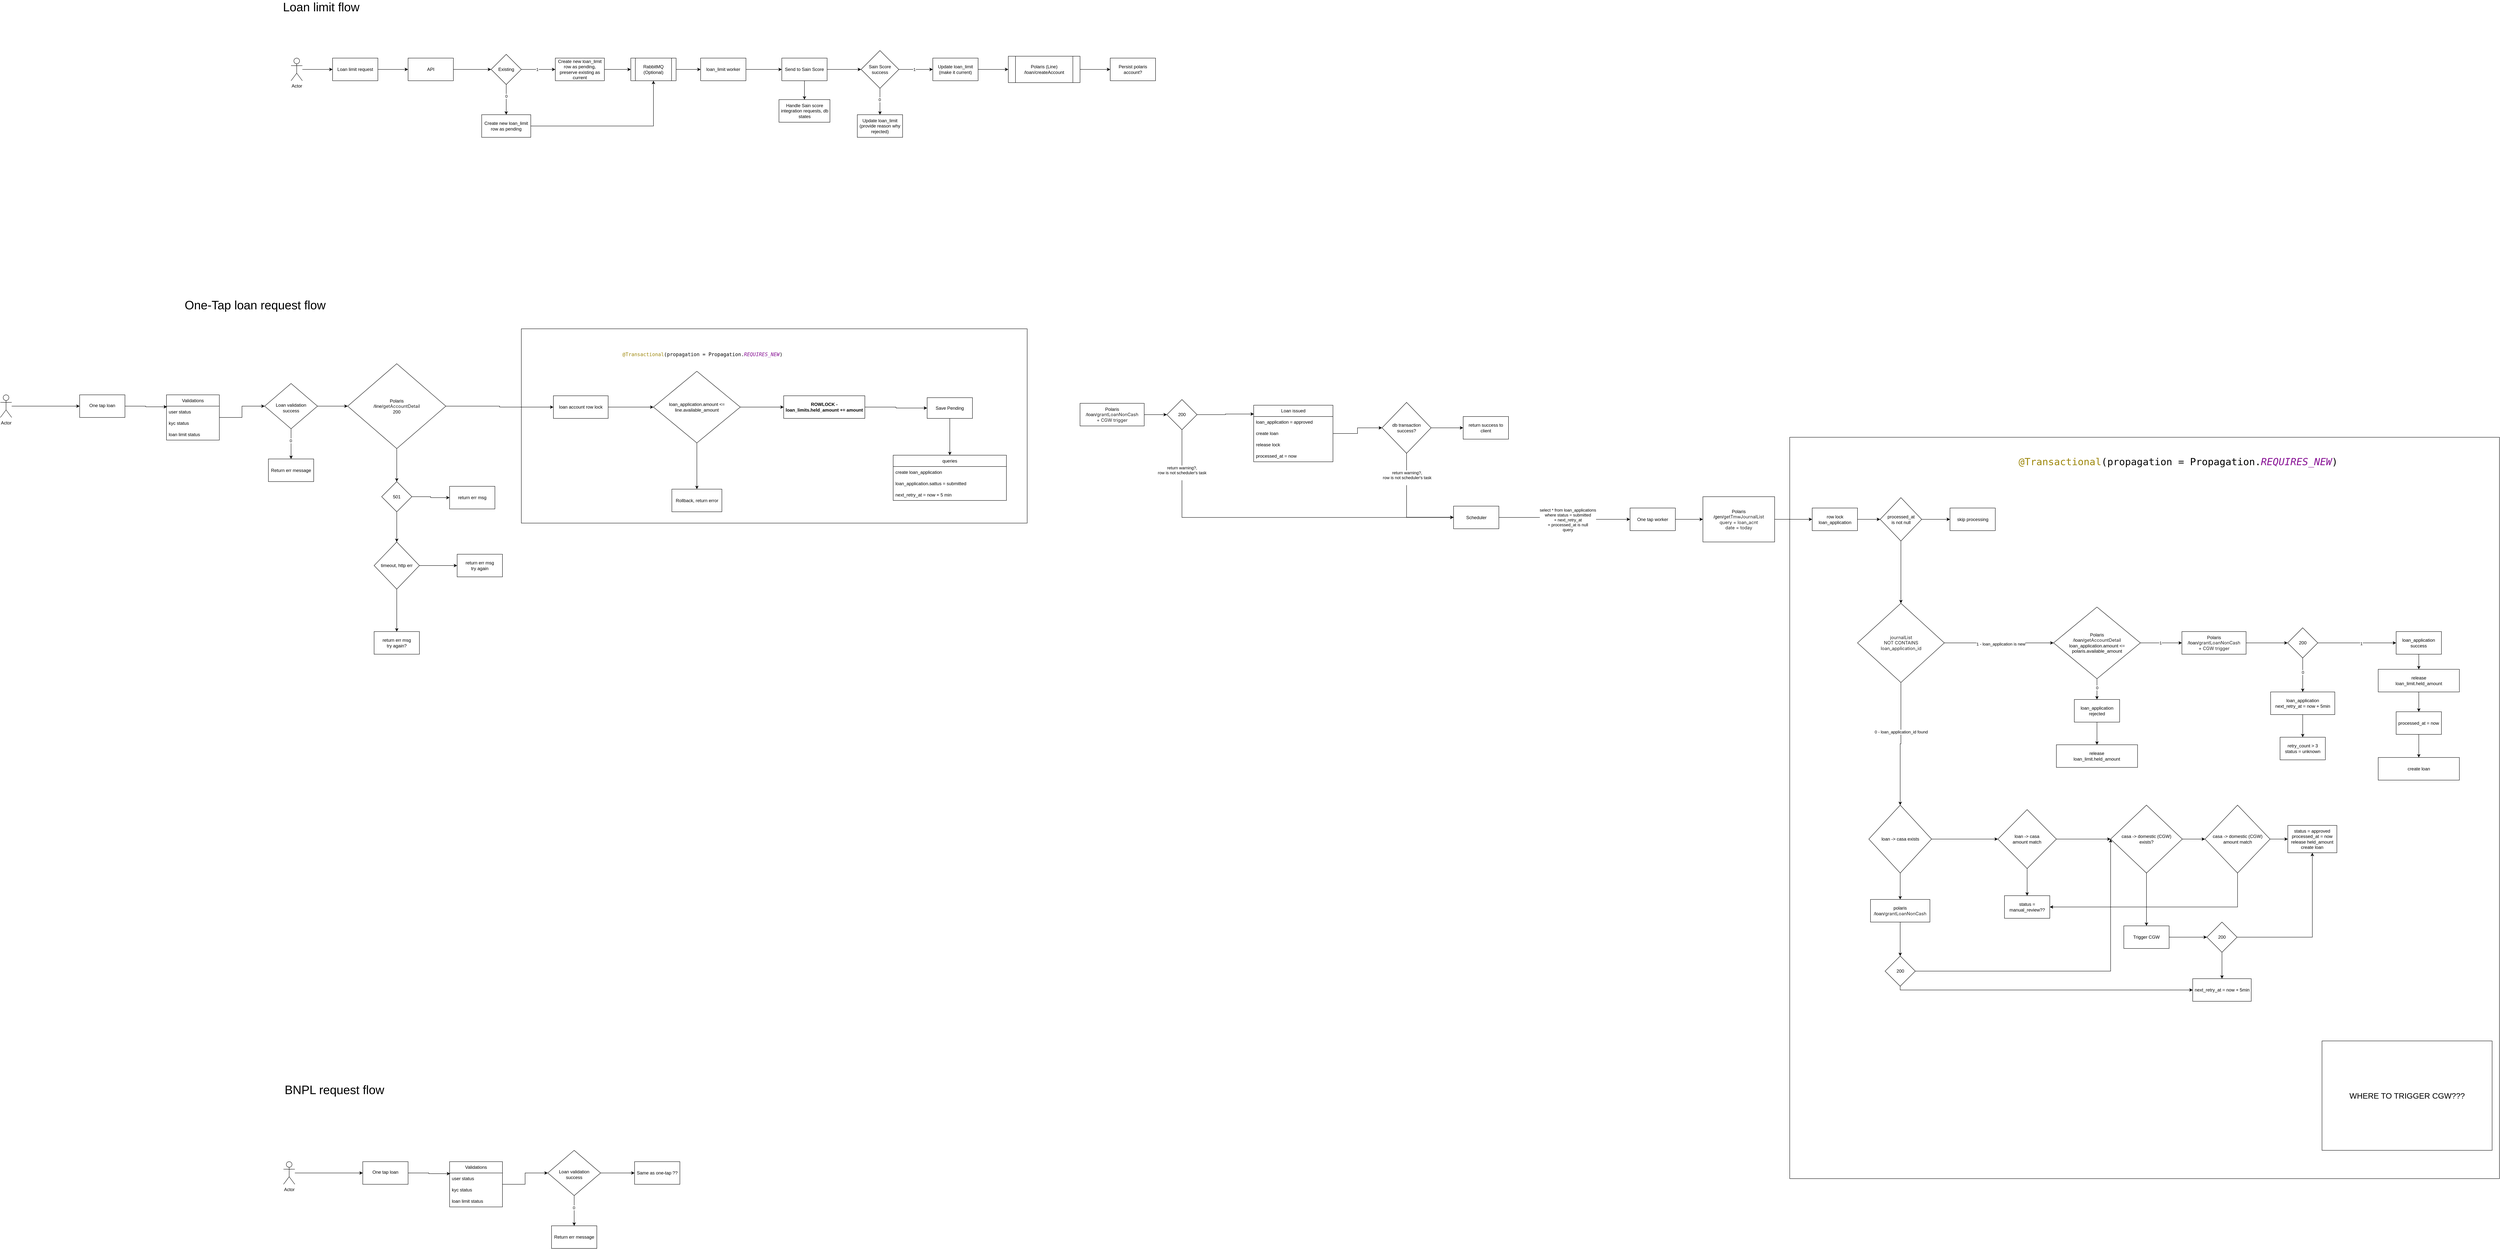
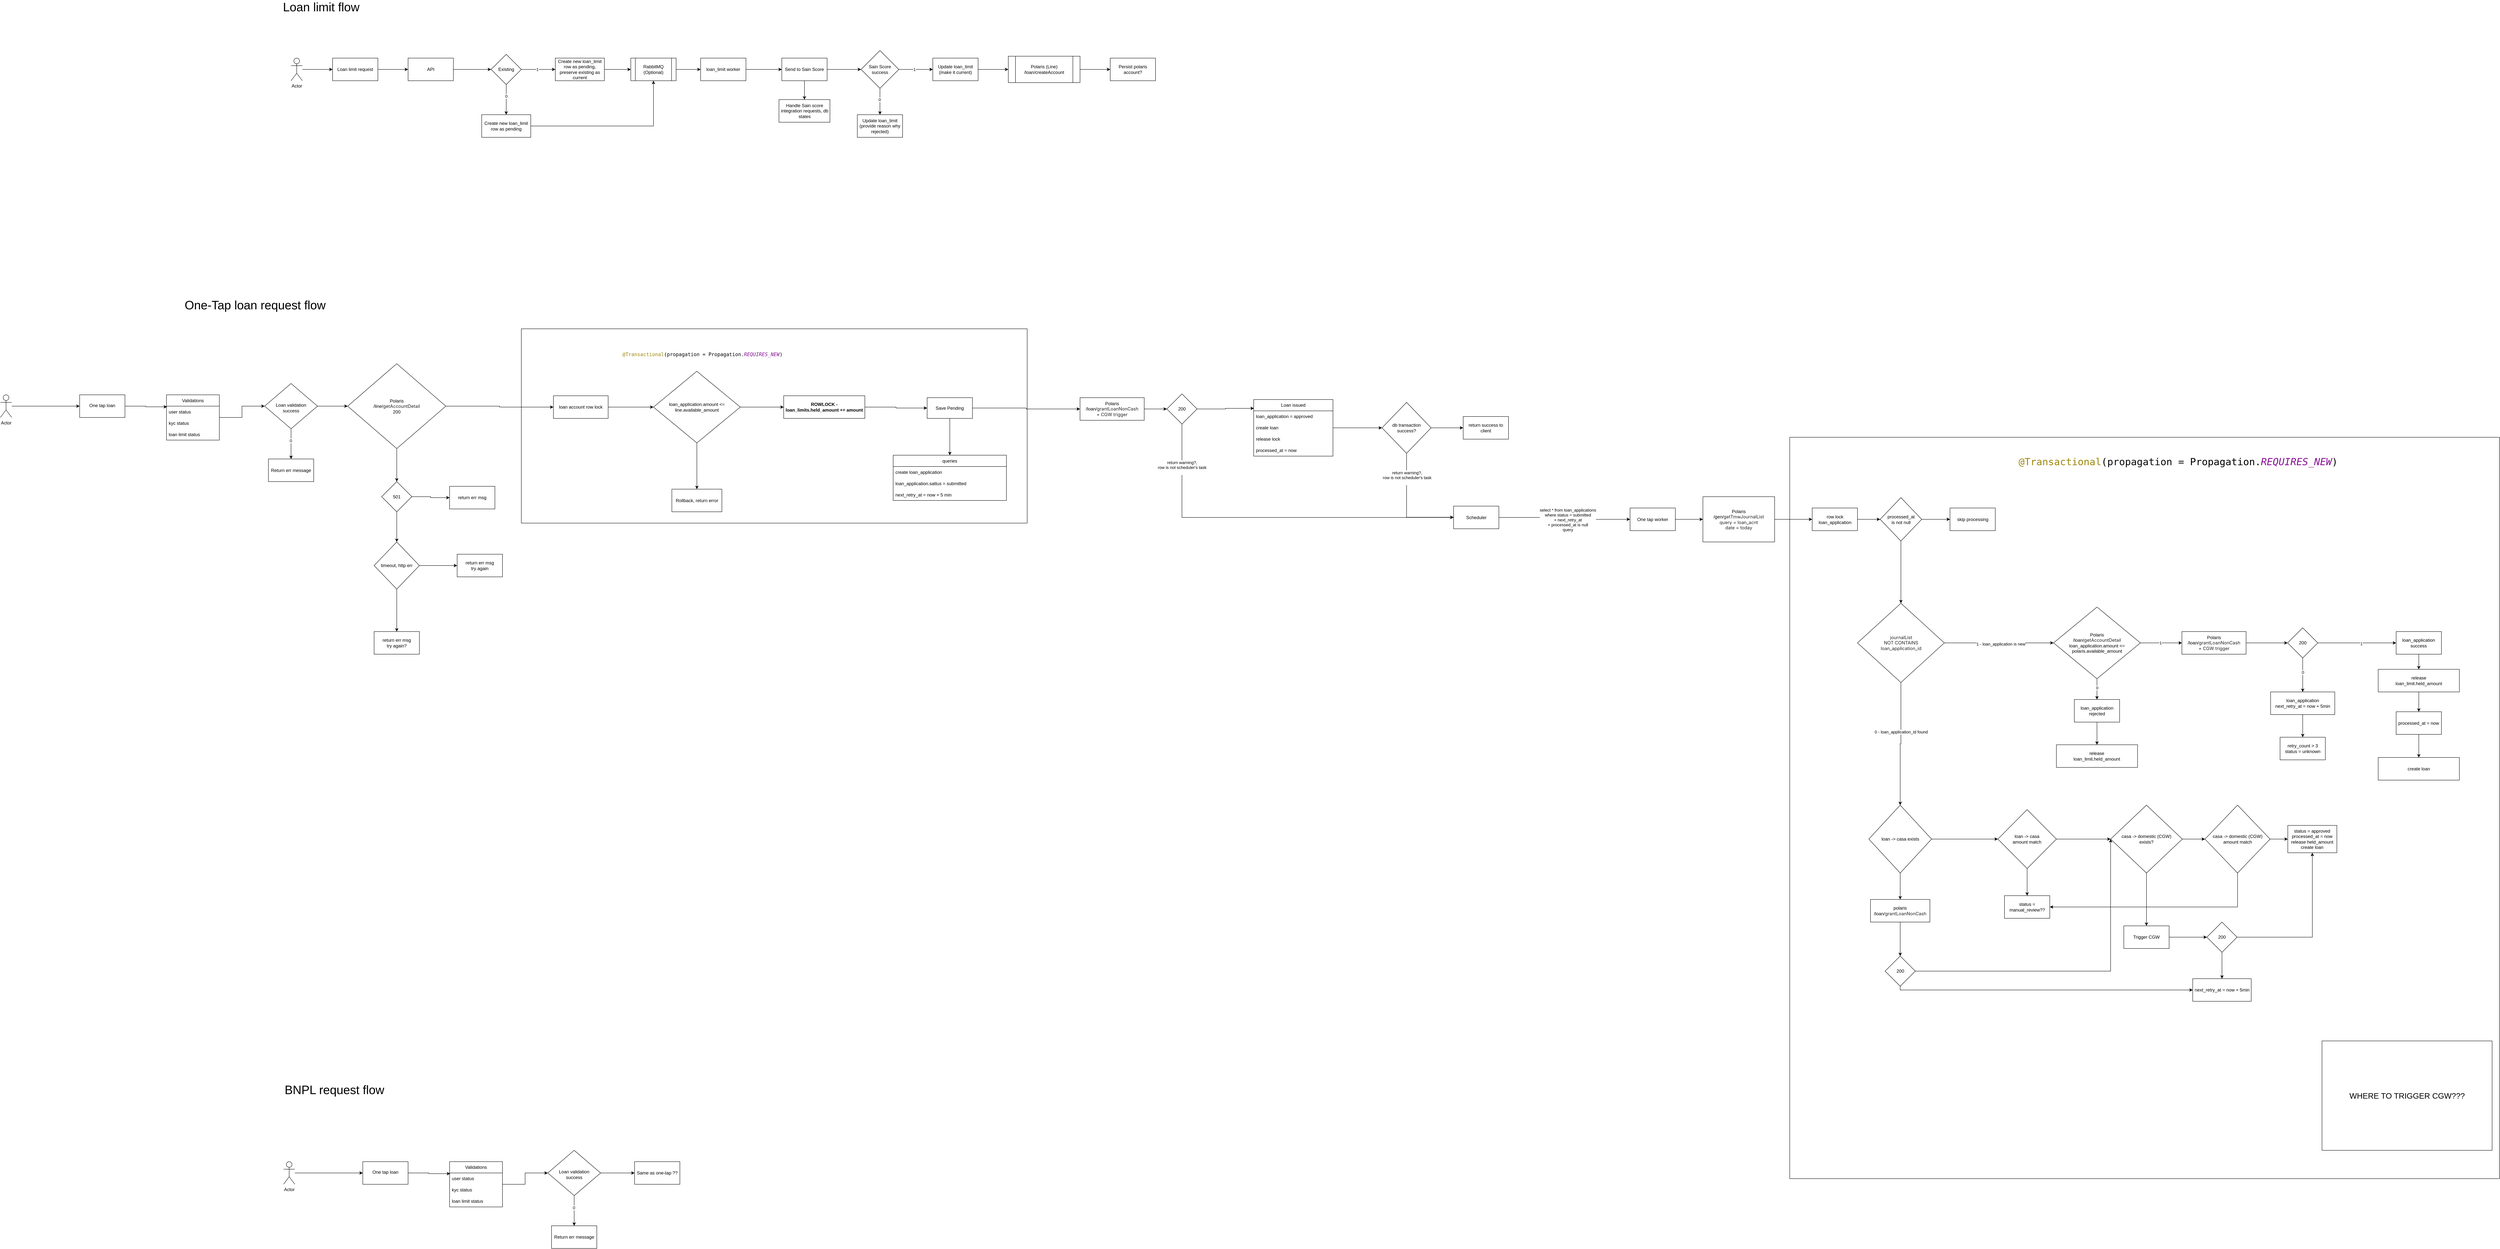
<mxfile host="app.diagrams.net">
  <diagram name="Page-1" id="VCBSuIh8bz7kurrQ0Zaz">
-     <mxGraphModel dx="2910" dy="1205" grid="1" gridSize="10" guides="1" tooltips="1" connect="1" arrows="1" fold="1" page="1" pageScale="1" pageWidth="850" pageHeight="1100" math="0" shadow="0">
+     <mxGraphModel dx="2338" dy="870" grid="1" gridSize="10" guides="1" tooltips="1" connect="1" arrows="1" fold="1" page="1" pageScale="1" pageWidth="850" pageHeight="1100" math="0" shadow="0">
      <root>
        <mxCell id="0" />
        <mxCell id="1" parent="0" />
        <mxCell id="In8fDh9ZLN2M87an2Miy-188" parent="1" style="rounded=0;whiteSpace=wrap;html=1;movable=0;resizable=0;rotatable=0;deletable=0;editable=0;locked=1;connectable=0;" value="" vertex="1">
          <mxGeometry height="1965" width="1880" x="4010" y="1215" as="geometry" />
        </mxCell>
        <mxCell id="In8fDh9ZLN2M87an2Miy-172" parent="1" style="rounded=0;whiteSpace=wrap;html=1;movable=1;resizable=1;rotatable=1;deletable=1;editable=1;locked=0;connectable=1;" value="" vertex="1">
          <mxGeometry height="515" width="1340" x="650" y="927.5" as="geometry" />
        </mxCell>
        <mxCell id="KqixbsF9o6dLofBvsG9t-5" edge="1" parent="1" source="KqixbsF9o6dLofBvsG9t-1" style="edgeStyle=orthogonalEdgeStyle;rounded=0;orthogonalLoop=1;jettySize=auto;html=1;" target="KqixbsF9o6dLofBvsG9t-4" value="">
          <mxGeometry relative="1" as="geometry" />
        </mxCell>
        <mxCell id="KqixbsF9o6dLofBvsG9t-1" parent="1" style="rounded=0;whiteSpace=wrap;html=1;" value="Loan limit request" vertex="1">
          <mxGeometry height="60" width="120" x="150" y="210" as="geometry" />
        </mxCell>
        <mxCell id="KqixbsF9o6dLofBvsG9t-3" edge="1" parent="1" source="KqixbsF9o6dLofBvsG9t-2" style="edgeStyle=orthogonalEdgeStyle;rounded=0;orthogonalLoop=1;jettySize=auto;html=1;" target="KqixbsF9o6dLofBvsG9t-1" value="">
          <mxGeometry relative="1" as="geometry" />
        </mxCell>
        <mxCell id="KqixbsF9o6dLofBvsG9t-2" parent="1" style="shape=umlActor;verticalLabelPosition=bottom;verticalAlign=top;html=1;outlineConnect=0;" value="Actor" vertex="1">
          <mxGeometry height="60" width="30" x="40" y="210" as="geometry" />
        </mxCell>
        <mxCell id="KqixbsF9o6dLofBvsG9t-9" edge="1" parent="1" source="KqixbsF9o6dLofBvsG9t-4" style="edgeStyle=orthogonalEdgeStyle;rounded=0;orthogonalLoop=1;jettySize=auto;html=1;" target="KqixbsF9o6dLofBvsG9t-8" value="">
          <mxGeometry relative="1" as="geometry" />
        </mxCell>
        <mxCell id="KqixbsF9o6dLofBvsG9t-4" parent="1" style="rounded=0;whiteSpace=wrap;html=1;" value="API" vertex="1">
          <mxGeometry height="60" width="120" x="350" y="210" as="geometry" />
        </mxCell>
        <mxCell id="KqixbsF9o6dLofBvsG9t-11" edge="1" parent="1" source="KqixbsF9o6dLofBvsG9t-8" style="edgeStyle=orthogonalEdgeStyle;rounded=0;orthogonalLoop=1;jettySize=auto;html=1;" target="KqixbsF9o6dLofBvsG9t-10" value="">
          <mxGeometry relative="1" as="geometry" />
        </mxCell>
        <mxCell id="KqixbsF9o6dLofBvsG9t-12" connectable="0" parent="KqixbsF9o6dLofBvsG9t-11" style="edgeLabel;html=1;align=center;verticalAlign=middle;resizable=0;points=[];" value="1" vertex="1">
          <mxGeometry relative="1" x="-0.079" as="geometry">
            <mxPoint as="offset" />
          </mxGeometry>
        </mxCell>
        <mxCell id="KqixbsF9o6dLofBvsG9t-14" edge="1" parent="1" source="KqixbsF9o6dLofBvsG9t-8" style="edgeStyle=orthogonalEdgeStyle;rounded=0;orthogonalLoop=1;jettySize=auto;html=1;" target="KqixbsF9o6dLofBvsG9t-13" value="">
          <mxGeometry relative="1" as="geometry" />
        </mxCell>
        <mxCell id="KqixbsF9o6dLofBvsG9t-15" connectable="0" parent="KqixbsF9o6dLofBvsG9t-14" style="edgeLabel;html=1;align=center;verticalAlign=middle;resizable=0;points=[];" value="0" vertex="1">
          <mxGeometry relative="1" x="-0.2407" as="geometry">
            <mxPoint as="offset" />
          </mxGeometry>
        </mxCell>
        <mxCell id="KqixbsF9o6dLofBvsG9t-8" parent="1" style="rhombus;whiteSpace=wrap;html=1;rounded=0;" value="Existing" vertex="1">
          <mxGeometry height="80" width="80" x="570" y="200" as="geometry" />
        </mxCell>
        <mxCell id="KqixbsF9o6dLofBvsG9t-23" edge="1" parent="1" source="KqixbsF9o6dLofBvsG9t-10" style="edgeStyle=orthogonalEdgeStyle;rounded=0;orthogonalLoop=1;jettySize=auto;html=1;" target="KqixbsF9o6dLofBvsG9t-22" value="">
          <mxGeometry relative="1" as="geometry" />
        </mxCell>
        <mxCell id="KqixbsF9o6dLofBvsG9t-10" parent="1" style="whiteSpace=wrap;html=1;rounded=0;" value="Create new loan_limit row as pending, preserve existing as current" vertex="1">
          <mxGeometry height="60" width="130" x="740" y="210" as="geometry" />
        </mxCell>
        <mxCell id="KqixbsF9o6dLofBvsG9t-26" edge="1" parent="1" source="KqixbsF9o6dLofBvsG9t-13" style="edgeStyle=orthogonalEdgeStyle;rounded=0;orthogonalLoop=1;jettySize=auto;html=1;entryX=0.5;entryY=1;entryDx=0;entryDy=0;" target="KqixbsF9o6dLofBvsG9t-22">
          <mxGeometry relative="1" as="geometry" />
        </mxCell>
        <mxCell id="KqixbsF9o6dLofBvsG9t-13" parent="1" style="whiteSpace=wrap;html=1;rounded=0;" value="Create new loan_limit row as pending" vertex="1">
          <mxGeometry height="60" width="130" x="545" y="360" as="geometry" />
        </mxCell>
        <mxCell id="KqixbsF9o6dLofBvsG9t-25" edge="1" parent="1" source="KqixbsF9o6dLofBvsG9t-22" style="edgeStyle=orthogonalEdgeStyle;rounded=0;orthogonalLoop=1;jettySize=auto;html=1;" target="KqixbsF9o6dLofBvsG9t-24" value="">
          <mxGeometry relative="1" as="geometry" />
        </mxCell>
        <mxCell id="KqixbsF9o6dLofBvsG9t-22" parent="1" style="shape=process;whiteSpace=wrap;html=1;backgroundOutline=1;rounded=0;" value="RabbitMQ (Optional)" vertex="1">
          <mxGeometry height="60" width="120" x="940" y="210" as="geometry" />
        </mxCell>
        <mxCell id="KqixbsF9o6dLofBvsG9t-28" edge="1" parent="1" source="KqixbsF9o6dLofBvsG9t-24" style="edgeStyle=orthogonalEdgeStyle;rounded=0;orthogonalLoop=1;jettySize=auto;html=1;" target="KqixbsF9o6dLofBvsG9t-27" value="">
          <mxGeometry relative="1" as="geometry" />
        </mxCell>
        <mxCell id="KqixbsF9o6dLofBvsG9t-24" parent="1" style="whiteSpace=wrap;html=1;rounded=0;" value="loan_limit worker" vertex="1">
          <mxGeometry height="60" width="120" x="1125" y="210" as="geometry" />
        </mxCell>
        <mxCell id="KqixbsF9o6dLofBvsG9t-30" edge="1" parent="1" source="KqixbsF9o6dLofBvsG9t-27" style="edgeStyle=orthogonalEdgeStyle;rounded=0;orthogonalLoop=1;jettySize=auto;html=1;" target="KqixbsF9o6dLofBvsG9t-29" value="">
          <mxGeometry relative="1" as="geometry" />
        </mxCell>
        <mxCell id="KqixbsF9o6dLofBvsG9t-38" edge="1" parent="1" source="KqixbsF9o6dLofBvsG9t-27" style="edgeStyle=orthogonalEdgeStyle;rounded=0;orthogonalLoop=1;jettySize=auto;html=1;" target="KqixbsF9o6dLofBvsG9t-37" value="">
          <mxGeometry relative="1" as="geometry" />
        </mxCell>
        <mxCell id="KqixbsF9o6dLofBvsG9t-27" parent="1" style="whiteSpace=wrap;html=1;rounded=0;" value="Send to Sain Score" vertex="1">
          <mxGeometry height="60" width="120" x="1340" y="210" as="geometry" />
        </mxCell>
        <mxCell id="KqixbsF9o6dLofBvsG9t-32" edge="1" parent="1" source="KqixbsF9o6dLofBvsG9t-29" style="edgeStyle=orthogonalEdgeStyle;rounded=0;orthogonalLoop=1;jettySize=auto;html=1;" target="KqixbsF9o6dLofBvsG9t-31" value="">
          <mxGeometry relative="1" as="geometry" />
        </mxCell>
        <mxCell id="KqixbsF9o6dLofBvsG9t-33" connectable="0" parent="KqixbsF9o6dLofBvsG9t-32" style="edgeLabel;html=1;align=center;verticalAlign=middle;resizable=0;points=[];" value="1" vertex="1">
          <mxGeometry relative="1" x="-0.1048" as="geometry">
            <mxPoint as="offset" />
          </mxGeometry>
        </mxCell>
        <mxCell id="KqixbsF9o6dLofBvsG9t-35" edge="1" parent="1" source="KqixbsF9o6dLofBvsG9t-29" style="edgeStyle=orthogonalEdgeStyle;rounded=0;orthogonalLoop=1;jettySize=auto;html=1;" target="KqixbsF9o6dLofBvsG9t-34" value="">
          <mxGeometry relative="1" as="geometry" />
        </mxCell>
        <mxCell id="KqixbsF9o6dLofBvsG9t-36" connectable="0" parent="KqixbsF9o6dLofBvsG9t-35" style="edgeLabel;html=1;align=center;verticalAlign=middle;resizable=0;points=[];" value="0" vertex="1">
          <mxGeometry relative="1" x="-0.1429" y="-1" as="geometry">
            <mxPoint as="offset" />
          </mxGeometry>
        </mxCell>
        <mxCell id="KqixbsF9o6dLofBvsG9t-29" parent="1" style="rhombus;whiteSpace=wrap;html=1;rounded=0;" value="Sain Score success" vertex="1">
          <mxGeometry height="100" width="100" x="1550" y="190" as="geometry" />
        </mxCell>
        <mxCell id="KqixbsF9o6dLofBvsG9t-66" edge="1" parent="1" source="KqixbsF9o6dLofBvsG9t-31" style="edgeStyle=orthogonalEdgeStyle;rounded=0;orthogonalLoop=1;jettySize=auto;html=1;" target="KqixbsF9o6dLofBvsG9t-65" value="">
          <mxGeometry relative="1" as="geometry" />
        </mxCell>
        <mxCell id="KqixbsF9o6dLofBvsG9t-31" parent="1" style="whiteSpace=wrap;html=1;rounded=0;" value="Update loan_limit (make it current)" vertex="1">
          <mxGeometry height="60" width="120" x="1740" y="210" as="geometry" />
        </mxCell>
        <mxCell id="KqixbsF9o6dLofBvsG9t-34" parent="1" style="whiteSpace=wrap;html=1;rounded=0;" value="Update loan_limit&lt;br&gt;(provide reason why rejected)" vertex="1">
          <mxGeometry height="60" width="120" x="1540" y="360" as="geometry" />
        </mxCell>
        <mxCell id="KqixbsF9o6dLofBvsG9t-37" parent="1" style="whiteSpace=wrap;html=1;rounded=0;" value="Handle Sain score integration requests, db states" vertex="1">
          <mxGeometry height="60" width="135" x="1332.5" y="320" as="geometry" />
        </mxCell>
        <mxCell id="KqixbsF9o6dLofBvsG9t-40" parent="1" style="text;html=1;whiteSpace=wrap;strokeColor=none;fillColor=none;align=center;verticalAlign=middle;rounded=0;fontSize=32;" value="Loan limit flow" vertex="1">
          <mxGeometry height="30" width="260" x="-10" y="60" as="geometry" />
        </mxCell>
        <mxCell id="KqixbsF9o6dLofBvsG9t-74" edge="1" parent="1" source="KqixbsF9o6dLofBvsG9t-65" style="edgeStyle=orthogonalEdgeStyle;rounded=0;orthogonalLoop=1;jettySize=auto;html=1;" target="KqixbsF9o6dLofBvsG9t-73" value="">
          <mxGeometry relative="1" as="geometry" />
        </mxCell>
        <mxCell id="KqixbsF9o6dLofBvsG9t-65" parent="1" style="shape=process;whiteSpace=wrap;html=1;backgroundOutline=1;rounded=0;" value="Polaris (Line)&lt;br&gt;/loan/createAccount" vertex="1">
          <mxGeometry height="70" width="190" x="1940" y="205" as="geometry" />
        </mxCell>
        <mxCell id="KqixbsF9o6dLofBvsG9t-73" parent="1" style="whiteSpace=wrap;html=1;rounded=0;" value="Persist polaris account?" vertex="1">
          <mxGeometry height="60" width="120" x="2210" y="210" as="geometry" />
        </mxCell>
        <mxCell id="U8Ajh8Gpa-m2DNKNFQys-1" parent="1" style="text;html=1;whiteSpace=wrap;strokeColor=none;fillColor=none;align=center;verticalAlign=middle;rounded=0;fontSize=32;" value="One-Tap loan request flow" vertex="1">
          <mxGeometry height="30" width="470" x="-290" y="850" as="geometry" />
        </mxCell>
        <mxCell id="In8fDh9ZLN2M87an2Miy-1" edge="1" parent="1" source="In8fDh9ZLN2M87an2Miy-2" style="edgeStyle=orthogonalEdgeStyle;rounded=0;orthogonalLoop=1;jettySize=auto;html=1;" target="In8fDh9ZLN2M87an2Miy-4" value="">
          <mxGeometry relative="1" as="geometry" />
        </mxCell>
        <mxCell id="In8fDh9ZLN2M87an2Miy-2" parent="1" style="shape=umlActor;verticalLabelPosition=bottom;verticalAlign=top;html=1;outlineConnect=0;" value="Actor" vertex="1">
          <mxGeometry height="60" width="30" x="-730" y="1102.5" as="geometry" />
        </mxCell>
        <mxCell id="In8fDh9ZLN2M87an2Miy-3" edge="1" parent="1" source="In8fDh9ZLN2M87an2Miy-4" style="edgeStyle=orthogonalEdgeStyle;rounded=0;orthogonalLoop=1;jettySize=auto;html=1;entryX=0.011;entryY=0.06;entryDx=0;entryDy=0;entryPerimeter=0;" target="In8fDh9ZLN2M87an2Miy-28" value="">
          <mxGeometry relative="1" as="geometry">
            <mxPoint x="-310" y="1132.5" as="targetPoint" />
          </mxGeometry>
        </mxCell>
        <mxCell id="In8fDh9ZLN2M87an2Miy-4" parent="1" style="whiteSpace=wrap;html=1;verticalAlign=top;" value="&lt;div&gt;&lt;br&gt;&lt;/div&gt;&lt;div&gt;One tap loan&lt;/div&gt;" vertex="1">
          <mxGeometry height="60" width="120" x="-520" y="1102.5" as="geometry" />
        </mxCell>
        <mxCell id="In8fDh9ZLN2M87an2Miy-7" edge="1" parent="1" source="In8fDh9ZLN2M87an2Miy-9" style="edgeStyle=orthogonalEdgeStyle;rounded=0;orthogonalLoop=1;jettySize=auto;html=1;" target="In8fDh9ZLN2M87an2Miy-13" value="">
          <mxGeometry relative="1" as="geometry" />
        </mxCell>
        <mxCell id="In8fDh9ZLN2M87an2Miy-8" connectable="0" parent="In8fDh9ZLN2M87an2Miy-7" style="edgeLabel;html=1;align=center;verticalAlign=middle;resizable=0;points=[];" value="0" vertex="1">
          <mxGeometry relative="1" x="-0.2091" y="-1" as="geometry">
            <mxPoint as="offset" />
          </mxGeometry>
        </mxCell>
        <mxCell id="In8fDh9ZLN2M87an2Miy-230" edge="1" parent="1" source="In8fDh9ZLN2M87an2Miy-9" style="edgeStyle=orthogonalEdgeStyle;rounded=0;orthogonalLoop=1;jettySize=auto;html=1;" target="In8fDh9ZLN2M87an2Miy-228">
          <mxGeometry relative="1" as="geometry" />
        </mxCell>
        <mxCell id="In8fDh9ZLN2M87an2Miy-9" parent="1" style="rhombus;whiteSpace=wrap;html=1;verticalAlign=top;" value="&lt;br&gt;&lt;br&gt;&lt;div&gt;&lt;br&gt;&lt;/div&gt;&lt;div&gt;Loan validation&lt;br&gt;success&lt;/div&gt;" vertex="1">
          <mxGeometry height="120" width="140" x="-30" y="1072.5" as="geometry" />
        </mxCell>
        <mxCell id="In8fDh9ZLN2M87an2Miy-10" edge="1" parent="1" source="In8fDh9ZLN2M87an2Miy-12" style="edgeStyle=orthogonalEdgeStyle;rounded=0;orthogonalLoop=1;jettySize=auto;html=1;entryX=0.5;entryY=0;entryDx=0;entryDy=0;" target="In8fDh9ZLN2M87an2Miy-14">
          <mxGeometry relative="1" as="geometry" />
        </mxCell>
        <mxCell id="In8fDh9ZLN2M87an2Miy-54" edge="1" parent="1" source="In8fDh9ZLN2M87an2Miy-105" style="edgeStyle=orthogonalEdgeStyle;rounded=0;orthogonalLoop=1;jettySize=auto;html=1;exitX=1;exitY=0.5;exitDx=0;exitDy=0;" target="In8fDh9ZLN2M87an2Miy-53" value="">
          <mxGeometry relative="1" as="geometry">
            <mxPoint x="3329.5" y="1432.5" as="sourcePoint" />
          </mxGeometry>
        </mxCell>
        <mxCell id="In8fDh9ZLN2M87an2Miy-55" connectable="0" parent="In8fDh9ZLN2M87an2Miy-54" style="edgeLabel;html=1;align=center;verticalAlign=middle;resizable=0;points=[];" value="select * from loan_applications&lt;br&gt;where status = submitted&lt;br&gt;+ next_retry_at&lt;br&gt;+ processed_at is null&lt;br&gt;query" vertex="1">
          <mxGeometry relative="1" x="0.0637" y="-1" as="geometry">
            <mxPoint as="offset" />
          </mxGeometry>
        </mxCell>
+         <mxCell id="In8fDh9ZLN2M87an2Miy-246" edge="1" parent="1" source="In8fDh9ZLN2M87an2Miy-12" style="edgeStyle=orthogonalEdgeStyle;rounded=0;orthogonalLoop=1;jettySize=auto;html=1;entryX=0;entryY=0.5;entryDx=0;entryDy=0;" target="In8fDh9ZLN2M87an2Miy-153">
+           <mxGeometry relative="1" as="geometry" />
+         </mxCell>
        <mxCell id="In8fDh9ZLN2M87an2Miy-12" parent="1" style="whiteSpace=wrap;html=1;verticalAlign=middle;" value="Save Pending" vertex="1">
          <mxGeometry height="55" width="120" x="1725" y="1110" as="geometry" />
        </mxCell>
        <mxCell id="In8fDh9ZLN2M87an2Miy-13" parent="1" style="whiteSpace=wrap;html=1;verticalAlign=middle;" value="Return err message" vertex="1">
          <mxGeometry height="60" width="120" x="-20" y="1272.5" as="geometry" />
        </mxCell>
        <mxCell id="In8fDh9ZLN2M87an2Miy-14" parent="1" style="swimlane;fontStyle=0;childLayout=stackLayout;horizontal=1;startSize=30;horizontalStack=0;resizeParent=1;resizeParentMax=0;resizeLast=0;collapsible=1;marginBottom=0;whiteSpace=wrap;html=1;" value="queries" vertex="1">
          <mxGeometry height="120" width="300" x="1635" y="1262.5" as="geometry" />
        </mxCell>
        <mxCell id="In8fDh9ZLN2M87an2Miy-15" parent="In8fDh9ZLN2M87an2Miy-14" style="text;strokeColor=none;fillColor=none;align=left;verticalAlign=middle;spacingLeft=4;spacingRight=4;overflow=hidden;points=[[0,0.5],[1,0.5]];portConstraint=eastwest;rotatable=0;whiteSpace=wrap;html=1;" value="create loan_application" vertex="1">
          <mxGeometry height="30" width="300" y="30" as="geometry" />
        </mxCell>
        <mxCell id="In8fDh9ZLN2M87an2Miy-104" parent="In8fDh9ZLN2M87an2Miy-14" style="text;strokeColor=none;fillColor=none;align=left;verticalAlign=middle;spacingLeft=4;spacingRight=4;overflow=hidden;points=[[0,0.5],[1,0.5]];portConstraint=eastwest;rotatable=0;whiteSpace=wrap;html=1;" value="loan_application.sattus = submitted" vertex="1">
          <mxGeometry height="30" width="300" y="60" as="geometry" />
        </mxCell>
        <mxCell id="In8fDh9ZLN2M87an2Miy-17" parent="In8fDh9ZLN2M87an2Miy-14" style="text;strokeColor=none;fillColor=none;align=left;verticalAlign=middle;spacingLeft=4;spacingRight=4;overflow=hidden;points=[[0,0.5],[1,0.5]];portConstraint=eastwest;rotatable=0;whiteSpace=wrap;html=1;" value="next_retry_at = now + 5 min" vertex="1">
          <mxGeometry height="30" width="300" y="90" as="geometry" />
        </mxCell>
        <mxCell id="In8fDh9ZLN2M87an2Miy-32" edge="1" parent="1" source="In8fDh9ZLN2M87an2Miy-27" style="edgeStyle=orthogonalEdgeStyle;rounded=0;orthogonalLoop=1;jettySize=auto;html=1;entryX=0;entryY=0.5;entryDx=0;entryDy=0;" target="In8fDh9ZLN2M87an2Miy-9">
          <mxGeometry relative="1" as="geometry" />
        </mxCell>
        <mxCell id="In8fDh9ZLN2M87an2Miy-27" parent="1" style="swimlane;fontStyle=0;childLayout=stackLayout;horizontal=1;startSize=30;horizontalStack=0;resizeParent=1;resizeParentMax=0;resizeLast=0;collapsible=1;marginBottom=0;whiteSpace=wrap;html=1;" value="Validations" vertex="1">
          <mxGeometry height="120" width="140" x="-290" y="1102.5" as="geometry" />
        </mxCell>
        <mxCell id="In8fDh9ZLN2M87an2Miy-28" parent="In8fDh9ZLN2M87an2Miy-27" style="text;strokeColor=none;fillColor=none;align=left;verticalAlign=middle;spacingLeft=4;spacingRight=4;overflow=hidden;points=[[0,0.5],[1,0.5]];portConstraint=eastwest;rotatable=0;whiteSpace=wrap;html=1;" value="user status" vertex="1">
          <mxGeometry height="30" width="140" y="30" as="geometry" />
        </mxCell>
        <mxCell id="In8fDh9ZLN2M87an2Miy-29" parent="In8fDh9ZLN2M87an2Miy-27" style="text;strokeColor=none;fillColor=none;align=left;verticalAlign=middle;spacingLeft=4;spacingRight=4;overflow=hidden;points=[[0,0.5],[1,0.5]];portConstraint=eastwest;rotatable=0;whiteSpace=wrap;html=1;" value="kyc status" vertex="1">
          <mxGeometry height="30" width="140" y="60" as="geometry" />
        </mxCell>
        <mxCell id="In8fDh9ZLN2M87an2Miy-33" parent="In8fDh9ZLN2M87an2Miy-27" style="text;strokeColor=none;fillColor=none;align=left;verticalAlign=middle;spacingLeft=4;spacingRight=4;overflow=hidden;points=[[0,0.5],[1,0.5]];portConstraint=eastwest;rotatable=0;whiteSpace=wrap;html=1;" value="loan limit status" vertex="1">
          <mxGeometry height="30" width="140" y="90" as="geometry" />
        </mxCell>
        <mxCell id="In8fDh9ZLN2M87an2Miy-116" edge="1" parent="1" source="In8fDh9ZLN2M87an2Miy-53" style="edgeStyle=orthogonalEdgeStyle;rounded=0;orthogonalLoop=1;jettySize=auto;html=1;entryX=0;entryY=0.5;entryDx=0;entryDy=0;" target="In8fDh9ZLN2M87an2Miy-68">
          <mxGeometry relative="1" as="geometry" />
        </mxCell>
        <mxCell id="In8fDh9ZLN2M87an2Miy-53" parent="1" style="whiteSpace=wrap;html=1;" value="One tap worker" vertex="1">
          <mxGeometry height="60" width="120" x="3587" y="1402.5" as="geometry" />
        </mxCell>
        <mxCell id="In8fDh9ZLN2M87an2Miy-67" edge="1" parent="1" source="In8fDh9ZLN2M87an2Miy-58" style="edgeStyle=orthogonalEdgeStyle;rounded=0;orthogonalLoop=1;jettySize=auto;html=1;entryX=0;entryY=0.5;entryDx=0;entryDy=0;" target="In8fDh9ZLN2M87an2Miy-66" value="">
          <mxGeometry relative="1" as="geometry">
            <mxPoint x="5343.87" y="1760" as="targetPoint" />
          </mxGeometry>
        </mxCell>
        <mxCell id="In8fDh9ZLN2M87an2Miy-58" parent="1" style="whiteSpace=wrap;html=1;" value="Polaris /loan/&lt;span style=&quot;color: rgb(33, 33, 33); font-family: Inter, system-ui, -apple-system, &amp;quot;system-ui&amp;quot;, &amp;quot;Segoe UI&amp;quot;, Roboto, Oxygen, Ubuntu, Cantarell, &amp;quot;Fira Sans&amp;quot;, &amp;quot;Droid Sans&amp;quot;, Helvetica, Arial, sans-serif; text-align: left; white-space: pre-wrap; background-color: rgb(255, 255, 255);&quot;&gt;grantLoanNonCash&lt;br/&gt;+ CGW trigger&lt;/span&gt;" vertex="1">
          <mxGeometry height="60" width="170" x="5048.87" y="1730" as="geometry" />
        </mxCell>
        <mxCell id="In8fDh9ZLN2M87an2Miy-62" edge="1" parent="1" source="In8fDh9ZLN2M87an2Miy-59" style="edgeStyle=orthogonalEdgeStyle;rounded=0;orthogonalLoop=1;jettySize=auto;html=1;" target="In8fDh9ZLN2M87an2Miy-61" value="">
          <mxGeometry relative="1" as="geometry" />
        </mxCell>
        <mxCell id="In8fDh9ZLN2M87an2Miy-91" connectable="0" parent="In8fDh9ZLN2M87an2Miy-62" style="edgeLabel;html=1;align=center;verticalAlign=middle;resizable=0;points=[];" value="0" vertex="1">
          <mxGeometry relative="1" x="-0.1431" as="geometry">
            <mxPoint as="offset" />
          </mxGeometry>
        </mxCell>
        <mxCell id="In8fDh9ZLN2M87an2Miy-65" edge="1" parent="1" source="In8fDh9ZLN2M87an2Miy-59" style="edgeStyle=orthogonalEdgeStyle;rounded=0;orthogonalLoop=1;jettySize=auto;html=1;" target="In8fDh9ZLN2M87an2Miy-58">
          <mxGeometry relative="1" as="geometry" />
        </mxCell>
        <mxCell id="In8fDh9ZLN2M87an2Miy-90" connectable="0" parent="In8fDh9ZLN2M87an2Miy-65" style="edgeLabel;html=1;align=center;verticalAlign=middle;resizable=0;points=[];" value="1" vertex="1">
          <mxGeometry relative="1" x="-0.0451" as="geometry">
            <mxPoint as="offset" />
          </mxGeometry>
        </mxCell>
        <mxCell id="In8fDh9ZLN2M87an2Miy-59" parent="1" style="rhombus;whiteSpace=wrap;html=1;" value="Polaris&lt;br&gt;/loan/&lt;span style=&quot;color: rgb(33, 33, 33); font-family: Inter, system-ui, -apple-system, &amp;quot;system-ui&amp;quot;, &amp;quot;Segoe UI&amp;quot;, Roboto, Oxygen, Ubuntu, Cantarell, &amp;quot;Fira Sans&amp;quot;, &amp;quot;Droid Sans&amp;quot;, Helvetica, Arial, sans-serif; text-align: left; white-space: pre-wrap; background-color: rgb(255, 255, 255);&quot;&gt;getAccountDetail&lt;/span&gt;&lt;br&gt;loan_application.amount &amp;lt;= polaris.available_amount" vertex="1">
          <mxGeometry height="190" width="230" x="4708.87" y="1665" as="geometry" />
        </mxCell>
        <mxCell id="In8fDh9ZLN2M87an2Miy-64" edge="1" parent="1" source="In8fDh9ZLN2M87an2Miy-61" style="edgeStyle=orthogonalEdgeStyle;rounded=0;orthogonalLoop=1;jettySize=auto;html=1;" target="In8fDh9ZLN2M87an2Miy-63" value="">
          <mxGeometry relative="1" as="geometry" />
        </mxCell>
        <mxCell id="In8fDh9ZLN2M87an2Miy-61" parent="1" style="whiteSpace=wrap;html=1;" value="loan_application&lt;br&gt;rejected" vertex="1">
          <mxGeometry height="60" width="120" x="4763.87" y="1910" as="geometry" />
        </mxCell>
        <mxCell id="In8fDh9ZLN2M87an2Miy-63" parent="1" style="whiteSpace=wrap;html=1;" value="release &lt;br&gt;loan_limit.held_amount" vertex="1">
          <mxGeometry height="60" width="215" x="4716.37" y="2030" as="geometry" />
        </mxCell>
        <mxCell id="In8fDh9ZLN2M87an2Miy-81" edge="1" parent="1" source="In8fDh9ZLN2M87an2Miy-66" style="edgeStyle=orthogonalEdgeStyle;rounded=0;orthogonalLoop=1;jettySize=auto;html=1;entryX=0;entryY=0.5;entryDx=0;entryDy=0;" target="In8fDh9ZLN2M87an2Miy-79">
          <mxGeometry relative="1" as="geometry" />
        </mxCell>
        <mxCell id="In8fDh9ZLN2M87an2Miy-92" connectable="0" parent="In8fDh9ZLN2M87an2Miy-81" style="edgeLabel;html=1;align=center;verticalAlign=middle;resizable=0;points=[];" value="1" vertex="1">
          <mxGeometry relative="1" x="0.1055" y="-2" as="geometry">
            <mxPoint as="offset" />
          </mxGeometry>
        </mxCell>
        <mxCell id="In8fDh9ZLN2M87an2Miy-83" edge="1" parent="1" source="In8fDh9ZLN2M87an2Miy-66" style="edgeStyle=orthogonalEdgeStyle;rounded=0;orthogonalLoop=1;jettySize=auto;html=1;" target="In8fDh9ZLN2M87an2Miy-82" value="">
          <mxGeometry relative="1" as="geometry" />
        </mxCell>
        <mxCell id="In8fDh9ZLN2M87an2Miy-93" connectable="0" parent="In8fDh9ZLN2M87an2Miy-83" style="edgeLabel;html=1;align=center;verticalAlign=middle;resizable=0;points=[];" value="0" vertex="1">
          <mxGeometry relative="1" x="-0.1623" as="geometry">
            <mxPoint as="offset" />
          </mxGeometry>
        </mxCell>
        <mxCell id="In8fDh9ZLN2M87an2Miy-66" parent="1" style="rhombus;whiteSpace=wrap;html=1;" value="200" vertex="1">
          <mxGeometry height="80" width="80" x="5328.87" y="1720" as="geometry" />
        </mxCell>
        <mxCell id="In8fDh9ZLN2M87an2Miy-119" edge="1" parent="1" source="In8fDh9ZLN2M87an2Miy-68" style="edgeStyle=orthogonalEdgeStyle;rounded=0;orthogonalLoop=1;jettySize=auto;html=1;" target="In8fDh9ZLN2M87an2Miy-118" value="">
          <mxGeometry relative="1" as="geometry" />
        </mxCell>
        <mxCell id="In8fDh9ZLN2M87an2Miy-68" parent="1" style="whiteSpace=wrap;html=1;" value="Polaris&lt;br&gt;/gen/&lt;span style=&quot;white-space: pre-wrap; color: rgb(33, 33, 33); font-family: Inter, system-ui, -apple-system, &amp;quot;system-ui&amp;quot;, &amp;quot;Segoe UI&amp;quot;, Roboto, Oxygen, Ubuntu, Cantarell, &amp;quot;Fira Sans&amp;quot;, &amp;quot;Droid Sans&amp;quot;, Helvetica, Arial, sans-serif; text-align: left; background-color: rgb(255, 255, 255);&quot;&gt;getTmwJournalList&lt;br&gt;query = loan_acnt&lt;br/&gt;date = today&lt;/span&gt;" vertex="1">
          <mxGeometry height="120" width="190" x="3780" y="1372.5" as="geometry" />
        </mxCell>
        <mxCell id="In8fDh9ZLN2M87an2Miy-71" edge="1" parent="1" source="In8fDh9ZLN2M87an2Miy-69" style="edgeStyle=orthogonalEdgeStyle;rounded=0;orthogonalLoop=1;jettySize=auto;html=1;entryX=0;entryY=0.5;entryDx=0;entryDy=0;" target="In8fDh9ZLN2M87an2Miy-59">
          <mxGeometry relative="1" as="geometry" />
        </mxCell>
        <mxCell id="In8fDh9ZLN2M87an2Miy-77" connectable="0" parent="In8fDh9ZLN2M87an2Miy-71" style="edgeLabel;html=1;align=center;verticalAlign=middle;resizable=0;points=[];" value="1 - loan_application is new" vertex="1">
          <mxGeometry relative="1" x="0.0312" y="-3" as="geometry">
            <mxPoint as="offset" />
          </mxGeometry>
        </mxCell>
        <mxCell id="In8fDh9ZLN2M87an2Miy-73" edge="1" parent="1" source="In8fDh9ZLN2M87an2Miy-69" style="edgeStyle=orthogonalEdgeStyle;rounded=0;orthogonalLoop=1;jettySize=auto;html=1;entryX=0.5;entryY=0;entryDx=0;entryDy=0;" target="In8fDh9ZLN2M87an2Miy-111" value="">
          <mxGeometry relative="1" as="geometry">
            <mxPoint x="4303.87" y="1960" as="targetPoint" />
          </mxGeometry>
        </mxCell>
        <mxCell id="In8fDh9ZLN2M87an2Miy-74" connectable="0" parent="In8fDh9ZLN2M87an2Miy-73" style="edgeLabel;html=1;align=center;verticalAlign=middle;resizable=0;points=[];" value="0 - loan_application_id found" vertex="1">
          <mxGeometry relative="1" x="-0.1975" as="geometry">
            <mxPoint as="offset" />
          </mxGeometry>
        </mxCell>
        <mxCell id="In8fDh9ZLN2M87an2Miy-69" parent="1" style="rhombus;whiteSpace=wrap;html=1;verticalAlign=middle;" value="&lt;div style=&quot;text-align: center;&quot;&gt;&lt;span style=&quot;background-color: light-dark(rgb(255, 255, 255), rgb(18, 18, 18)); color: light-dark(rgb(33, 33, 33), rgb(209, 209, 209)); font-family: Inter, system-ui, -apple-system, &amp;quot;system-ui&amp;quot;, &amp;quot;Segoe UI&amp;quot;, Roboto, Oxygen, Ubuntu, Cantarell, &amp;quot;Fira Sans&amp;quot;, &amp;quot;Droid Sans&amp;quot;, Helvetica, Arial, sans-serif; text-align: left; white-space: pre-wrap;&quot;&gt;journalList&lt;br&gt;NOT CONTAINS&lt;/span&gt;&lt;/div&gt;&lt;span style=&quot;white-space: pre-wrap; color: rgb(33, 33, 33); font-family: Inter, system-ui, -apple-system, &amp;quot;system-ui&amp;quot;, &amp;quot;Segoe UI&amp;quot;, Roboto, Oxygen, Ubuntu, Cantarell, &amp;quot;Fira Sans&amp;quot;, &amp;quot;Droid Sans&amp;quot;, Helvetica, Arial, sans-serif; text-align: left; background-color: rgb(255, 255, 255);&quot;&gt;loan_application_id&lt;/span&gt;" vertex="1">
          <mxGeometry height="210" width="230" x="4189.5" y="1655" as="geometry" />
        </mxCell>
        <mxCell id="In8fDh9ZLN2M87an2Miy-78" edge="1" parent="1" source="In8fDh9ZLN2M87an2Miy-79" style="edgeStyle=orthogonalEdgeStyle;rounded=0;orthogonalLoop=1;jettySize=auto;html=1;" target="In8fDh9ZLN2M87an2Miy-80" value="">
          <mxGeometry relative="1" as="geometry" />
        </mxCell>
        <mxCell id="In8fDh9ZLN2M87an2Miy-79" parent="1" style="whiteSpace=wrap;html=1;" value="loan_application&lt;br&gt;success" vertex="1">
          <mxGeometry height="60" width="120" x="5616.37" y="1730" as="geometry" />
        </mxCell>
        <mxCell id="In8fDh9ZLN2M87an2Miy-132" edge="1" parent="1" source="In8fDh9ZLN2M87an2Miy-80" style="edgeStyle=orthogonalEdgeStyle;rounded=0;orthogonalLoop=1;jettySize=auto;html=1;" target="In8fDh9ZLN2M87an2Miy-131" value="">
          <mxGeometry relative="1" as="geometry" />
        </mxCell>
        <mxCell id="In8fDh9ZLN2M87an2Miy-80" parent="1" style="whiteSpace=wrap;html=1;" value="release &lt;br&gt;loan_limit.held_amount" vertex="1">
          <mxGeometry height="60" width="215" x="5568.87" y="1830" as="geometry" />
        </mxCell>
        <mxCell id="In8fDh9ZLN2M87an2Miy-95" edge="1" parent="1" source="In8fDh9ZLN2M87an2Miy-82" style="edgeStyle=orthogonalEdgeStyle;rounded=0;orthogonalLoop=1;jettySize=auto;html=1;" target="In8fDh9ZLN2M87an2Miy-94" value="">
          <mxGeometry relative="1" as="geometry" />
        </mxCell>
        <mxCell id="In8fDh9ZLN2M87an2Miy-82" parent="1" style="whiteSpace=wrap;html=1;" value="loan_application&lt;br&gt;next_retry_at = now + 5min" vertex="1">
          <mxGeometry height="60" width="170" x="5283.87" y="1890" as="geometry" />
        </mxCell>
        <mxCell id="In8fDh9ZLN2M87an2Miy-88" parent="1" style="whiteSpace=wrap;html=1;" value="create loan" vertex="1">
          <mxGeometry height="60" width="215" x="5568.87" y="2063.75" as="geometry" />
        </mxCell>
        <mxCell id="In8fDh9ZLN2M87an2Miy-94" parent="1" style="whiteSpace=wrap;html=1;" value="retry_count &amp;gt; 3&lt;br&gt;status = unknown" vertex="1">
          <mxGeometry height="60" width="120" x="5308.87" y="2010" as="geometry" />
        </mxCell>
        <mxCell id="In8fDh9ZLN2M87an2Miy-105" parent="1" style="rounded=0;whiteSpace=wrap;html=1;" value="Scheduler" vertex="1">
          <mxGeometry height="60" width="120" x="3119.5" y="1397.5" as="geometry" />
        </mxCell>
        <mxCell id="In8fDh9ZLN2M87an2Miy-127" edge="1" parent="1" source="In8fDh9ZLN2M87an2Miy-111" style="edgeStyle=orthogonalEdgeStyle;rounded=0;orthogonalLoop=1;jettySize=auto;html=1;" target="In8fDh9ZLN2M87an2Miy-126" value="">
          <mxGeometry relative="1" as="geometry" />
        </mxCell>
        <mxCell id="In8fDh9ZLN2M87an2Miy-135" edge="1" parent="1" source="In8fDh9ZLN2M87an2Miy-111" style="edgeStyle=orthogonalEdgeStyle;rounded=0;orthogonalLoop=1;jettySize=auto;html=1;entryX=0;entryY=0.5;entryDx=0;entryDy=0;" target="In8fDh9ZLN2M87an2Miy-222">
          <mxGeometry relative="1" as="geometry">
            <mxPoint x="4520" y="2280" as="targetPoint" />
          </mxGeometry>
        </mxCell>
        <mxCell id="In8fDh9ZLN2M87an2Miy-111" parent="1" style="rhombus;whiteSpace=wrap;html=1;" value="loan -&amp;gt; casa exists" vertex="1">
          <mxGeometry height="180" width="166.25" x="4219.5" y="2190" as="geometry" />
        </mxCell>
        <mxCell id="In8fDh9ZLN2M87an2Miy-113" parent="1" style="whiteSpace=wrap;html=1;" value="status = approved&lt;br&gt;processed_at = now&lt;br&gt;release held_amount&lt;br&gt;create loan" vertex="1">
          <mxGeometry height="72.5" width="130" x="5329.37" y="2243.75" as="geometry" />
        </mxCell>
        <mxCell id="In8fDh9ZLN2M87an2Miy-122" edge="1" parent="1" source="In8fDh9ZLN2M87an2Miy-118" style="edgeStyle=orthogonalEdgeStyle;rounded=0;orthogonalLoop=1;jettySize=auto;html=1;" target="In8fDh9ZLN2M87an2Miy-121" value="">
          <mxGeometry relative="1" as="geometry" />
        </mxCell>
        <mxCell id="In8fDh9ZLN2M87an2Miy-118" parent="1" style="whiteSpace=wrap;html=1;" value="row lock&lt;br&gt;loan_application" vertex="1">
          <mxGeometry height="60" width="120" x="4069.5" y="1402.5" as="geometry" />
        </mxCell>
        <mxCell id="In8fDh9ZLN2M87an2Miy-124" edge="1" parent="1" source="In8fDh9ZLN2M87an2Miy-121" style="edgeStyle=orthogonalEdgeStyle;rounded=0;orthogonalLoop=1;jettySize=auto;html=1;" target="In8fDh9ZLN2M87an2Miy-123" value="">
          <mxGeometry relative="1" as="geometry" />
        </mxCell>
        <mxCell id="In8fDh9ZLN2M87an2Miy-125" edge="1" parent="1" source="In8fDh9ZLN2M87an2Miy-121" style="edgeStyle=orthogonalEdgeStyle;rounded=0;orthogonalLoop=1;jettySize=auto;html=1;entryX=0.5;entryY=0;entryDx=0;entryDy=0;" target="In8fDh9ZLN2M87an2Miy-69">
          <mxGeometry relative="1" as="geometry" />
        </mxCell>
        <mxCell id="In8fDh9ZLN2M87an2Miy-121" parent="1" style="rhombus;whiteSpace=wrap;html=1;" value="processed_at &lt;br&gt;is not null" vertex="1">
          <mxGeometry height="115" width="110" x="4249.5" y="1375" as="geometry" />
        </mxCell>
        <mxCell id="In8fDh9ZLN2M87an2Miy-123" parent="1" style="whiteSpace=wrap;html=1;" value="skip processing" vertex="1">
          <mxGeometry height="60" width="120" x="4434.5" y="1402.5" as="geometry" />
        </mxCell>
        <mxCell id="In8fDh9ZLN2M87an2Miy-216" edge="1" parent="1" source="In8fDh9ZLN2M87an2Miy-126" style="edgeStyle=orthogonalEdgeStyle;rounded=0;orthogonalLoop=1;jettySize=auto;html=1;entryX=0.5;entryY=0;entryDx=0;entryDy=0;" target="In8fDh9ZLN2M87an2Miy-214">
          <mxGeometry relative="1" as="geometry" />
        </mxCell>
        <mxCell id="In8fDh9ZLN2M87an2Miy-126" parent="1" style="whiteSpace=wrap;html=1;" value="polaris&lt;br&gt;/loan/&lt;span style=&quot;white-space: pre-wrap; color: rgb(33, 33, 33); font-family: Inter, system-ui, -apple-system, &amp;quot;system-ui&amp;quot;, &amp;quot;Segoe UI&amp;quot;, Roboto, Oxygen, Ubuntu, Cantarell, &amp;quot;Fira Sans&amp;quot;, &amp;quot;Droid Sans&amp;quot;, Helvetica, Arial, sans-serif; text-align: left; background-color: rgb(255, 255, 255);&quot;&gt;grantLoanNonCash&lt;/span&gt;" vertex="1">
          <mxGeometry height="60" width="157.38" x="4223.93" y="2440" as="geometry" />
        </mxCell>
        <mxCell id="In8fDh9ZLN2M87an2Miy-130" parent="1" style="rounded=0;whiteSpace=wrap;html=1;fontSize=21;" value="WHERE TO TRIGGER CGW???" vertex="1">
          <mxGeometry height="290" width="450.63" x="5420" y="2815" as="geometry" />
        </mxCell>
        <mxCell id="In8fDh9ZLN2M87an2Miy-133" edge="1" parent="1" source="In8fDh9ZLN2M87an2Miy-131" style="edgeStyle=orthogonalEdgeStyle;rounded=0;orthogonalLoop=1;jettySize=auto;html=1;" target="In8fDh9ZLN2M87an2Miy-88" value="">
          <mxGeometry relative="1" as="geometry" />
        </mxCell>
        <mxCell id="In8fDh9ZLN2M87an2Miy-131" parent="1" style="whiteSpace=wrap;html=1;" value="processed_at = now" vertex="1">
          <mxGeometry height="60" width="120" x="5616.37" y="1942.5" as="geometry" />
        </mxCell>
        <mxCell id="In8fDh9ZLN2M87an2Miy-141" edge="1" parent="1" source="In8fDh9ZLN2M87an2Miy-134" style="edgeStyle=orthogonalEdgeStyle;rounded=0;orthogonalLoop=1;jettySize=auto;html=1;entryX=0;entryY=0.5;entryDx=0;entryDy=0;" target="In8fDh9ZLN2M87an2Miy-139">
          <mxGeometry relative="1" as="geometry" />
        </mxCell>
        <mxCell id="In8fDh9ZLN2M87an2Miy-145" edge="1" parent="1" source="In8fDh9ZLN2M87an2Miy-134" style="edgeStyle=orthogonalEdgeStyle;rounded=0;orthogonalLoop=1;jettySize=auto;html=1;" target="In8fDh9ZLN2M87an2Miy-144" value="">
          <mxGeometry relative="1" as="geometry" />
        </mxCell>
        <mxCell id="In8fDh9ZLN2M87an2Miy-134" parent="1" style="rhombus;whiteSpace=wrap;html=1;" value="casa -&amp;gt; domestic (CGW)&lt;br&gt;exists?" vertex="1">
          <mxGeometry height="180" width="190" x="4860" y="2190" as="geometry" />
        </mxCell>
        <mxCell id="In8fDh9ZLN2M87an2Miy-142" edge="1" parent="1" source="In8fDh9ZLN2M87an2Miy-139" style="edgeStyle=orthogonalEdgeStyle;rounded=0;orthogonalLoop=1;jettySize=auto;html=1;entryX=0;entryY=0.5;entryDx=0;entryDy=0;" target="In8fDh9ZLN2M87an2Miy-113">
          <mxGeometry relative="1" as="geometry" />
        </mxCell>
        <mxCell id="In8fDh9ZLN2M87an2Miy-227" edge="1" parent="1" source="In8fDh9ZLN2M87an2Miy-139" style="edgeStyle=orthogonalEdgeStyle;rounded=0;orthogonalLoop=1;jettySize=auto;html=1;entryX=1;entryY=0.5;entryDx=0;entryDy=0;" target="In8fDh9ZLN2M87an2Miy-225">
          <mxGeometry relative="1" as="geometry">
            <Array as="points">
              <mxPoint x="5196" y="2460" />
            </Array>
          </mxGeometry>
        </mxCell>
        <mxCell id="In8fDh9ZLN2M87an2Miy-139" parent="1" style="rhombus;whiteSpace=wrap;html=1;" value="casa -&amp;gt; domestic (CGW)&lt;br&gt;amount match" vertex="1">
          <mxGeometry height="180" width="172.5" x="5110" y="2190" as="geometry" />
        </mxCell>
        <mxCell id="In8fDh9ZLN2M87an2Miy-147" edge="1" parent="1" source="In8fDh9ZLN2M87an2Miy-144" style="edgeStyle=orthogonalEdgeStyle;rounded=0;orthogonalLoop=1;jettySize=auto;html=1;" target="In8fDh9ZLN2M87an2Miy-146" value="">
          <mxGeometry relative="1" as="geometry" />
        </mxCell>
        <mxCell id="In8fDh9ZLN2M87an2Miy-144" parent="1" style="whiteSpace=wrap;html=1;" value="Trigger CGW" vertex="1">
          <mxGeometry height="60" width="120" x="4895" y="2510" as="geometry" />
        </mxCell>
        <mxCell id="In8fDh9ZLN2M87an2Miy-148" edge="1" parent="1" source="In8fDh9ZLN2M87an2Miy-146" style="edgeStyle=orthogonalEdgeStyle;rounded=0;orthogonalLoop=1;jettySize=auto;html=1;entryX=0.5;entryY=1;entryDx=0;entryDy=0;" target="In8fDh9ZLN2M87an2Miy-113">
          <mxGeometry relative="1" as="geometry" />
        </mxCell>
        <mxCell id="In8fDh9ZLN2M87an2Miy-150" edge="1" parent="1" source="In8fDh9ZLN2M87an2Miy-146" style="edgeStyle=orthogonalEdgeStyle;rounded=0;orthogonalLoop=1;jettySize=auto;html=1;" target="In8fDh9ZLN2M87an2Miy-149" value="">
          <mxGeometry relative="1" as="geometry" />
        </mxCell>
        <mxCell id="In8fDh9ZLN2M87an2Miy-146" parent="1" style="rhombus;whiteSpace=wrap;html=1;" value="200" vertex="1">
          <mxGeometry height="80" width="80" x="5115" y="2500" as="geometry" />
        </mxCell>
        <mxCell id="In8fDh9ZLN2M87an2Miy-149" parent="1" style="whiteSpace=wrap;html=1;" value="next_retry_at = now + 5min" vertex="1">
          <mxGeometry height="60" width="155" x="5077.5" y="2650" as="geometry" />
        </mxCell>
        <mxCell id="In8fDh9ZLN2M87an2Miy-176" edge="1" parent="1" source="In8fDh9ZLN2M87an2Miy-152" style="edgeStyle=orthogonalEdgeStyle;rounded=0;orthogonalLoop=1;jettySize=auto;html=1;" target="In8fDh9ZLN2M87an2Miy-175" value="">
          <mxGeometry relative="1" as="geometry" />
        </mxCell>
        <mxCell id="In8fDh9ZLN2M87an2Miy-244" edge="1" parent="1" source="In8fDh9ZLN2M87an2Miy-152" style="edgeStyle=orthogonalEdgeStyle;rounded=0;orthogonalLoop=1;jettySize=auto;html=1;entryX=0;entryY=0.5;entryDx=0;entryDy=0;" target="In8fDh9ZLN2M87an2Miy-162">
          <mxGeometry relative="1" as="geometry" />
        </mxCell>
        <mxCell id="In8fDh9ZLN2M87an2Miy-152" parent="1" style="rhombus;whiteSpace=wrap;html=1;" value="loan_application.amount &amp;lt;= line.available_amount" vertex="1">
          <mxGeometry height="190" width="230" x="1000" y="1040" as="geometry" />
        </mxCell>
        <mxCell id="In8fDh9ZLN2M87an2Miy-158" edge="1" parent="1" source="In8fDh9ZLN2M87an2Miy-153" style="edgeStyle=orthogonalEdgeStyle;rounded=0;orthogonalLoop=1;jettySize=auto;html=1;entryX=0;entryY=0.5;entryDx=0;entryDy=0;" target="In8fDh9ZLN2M87an2Miy-157">
          <mxGeometry relative="1" as="geometry" />
        </mxCell>
        <mxCell id="In8fDh9ZLN2M87an2Miy-153" parent="1" style="whiteSpace=wrap;html=1;" value="Polaris /loan/&lt;span style=&quot;color: rgb(33, 33, 33); font-family: Inter, system-ui, -apple-system, &amp;quot;system-ui&amp;quot;, &amp;quot;Segoe UI&amp;quot;, Roboto, Oxygen, Ubuntu, Cantarell, &amp;quot;Fira Sans&amp;quot;, &amp;quot;Droid Sans&amp;quot;, Helvetica, Arial, sans-serif; text-align: left; white-space: pre-wrap; background-color: rgb(255, 255, 255);&quot;&gt;grantLoanNonCash&lt;br/&gt;+ CGW trigger&lt;/span&gt;" vertex="1">
-           <mxGeometry height="60" width="170" x="2130" y="1125" as="geometry" />
+           <mxGeometry height="60" width="170" x="2130" y="1110" as="geometry" />
        </mxCell>
        <mxCell id="In8fDh9ZLN2M87an2Miy-177" edge="1" parent="1" source="In8fDh9ZLN2M87an2Miy-157" style="edgeStyle=orthogonalEdgeStyle;rounded=0;orthogonalLoop=1;jettySize=auto;html=1;entryX=0;entryY=0.5;entryDx=0;entryDy=0;" target="In8fDh9ZLN2M87an2Miy-105">
          <mxGeometry relative="1" as="geometry">
            <Array as="points">
              <mxPoint x="2400" y="1427" />
            </Array>
            <mxPoint x="2809.5" y="1427.5" as="targetPoint" />
          </mxGeometry>
        </mxCell>
        <mxCell id="In8fDh9ZLN2M87an2Miy-192" connectable="0" parent="In8fDh9ZLN2M87an2Miy-177" style="edgeLabel;html=1;align=center;verticalAlign=middle;resizable=0;points=[];" value="return warning?,&lt;br&gt;row is not scheduler&#39;s task&lt;div&gt;&lt;br&gt;&lt;/div&gt;" vertex="1">
          <mxGeometry relative="1" x="-0.7641" as="geometry">
            <mxPoint y="1" as="offset" />
          </mxGeometry>
        </mxCell>
        <mxCell id="In8fDh9ZLN2M87an2Miy-157" parent="1" style="rhombus;whiteSpace=wrap;html=1;" value="200" vertex="1">
-           <mxGeometry height="80" width="80" x="2360" y="1115" as="geometry" />
+           <mxGeometry height="80" width="80" x="2360" y="1100" as="geometry" />
        </mxCell>
        <mxCell id="In8fDh9ZLN2M87an2Miy-243" edge="1" parent="1" source="In8fDh9ZLN2M87an2Miy-161" style="edgeStyle=orthogonalEdgeStyle;rounded=0;orthogonalLoop=1;jettySize=auto;html=1;entryX=0;entryY=0.5;entryDx=0;entryDy=0;" target="In8fDh9ZLN2M87an2Miy-152">
          <mxGeometry relative="1" as="geometry" />
        </mxCell>
        <mxCell id="In8fDh9ZLN2M87an2Miy-161" parent="1" style="rounded=0;whiteSpace=wrap;html=1;" value="loan account row lock" vertex="1">
          <mxGeometry height="60" width="145" x="735" y="1105" as="geometry" />
        </mxCell>
        <mxCell id="In8fDh9ZLN2M87an2Miy-165" edge="1" parent="1" source="In8fDh9ZLN2M87an2Miy-162" style="edgeStyle=orthogonalEdgeStyle;rounded=0;orthogonalLoop=1;jettySize=auto;html=1;" target="In8fDh9ZLN2M87an2Miy-12">
          <mxGeometry relative="1" as="geometry" />
        </mxCell>
        <mxCell id="In8fDh9ZLN2M87an2Miy-162" parent="1" style="rounded=0;whiteSpace=wrap;html=1;" value="&lt;span style=&quot;font-weight: 700; text-align: left;&quot;&gt;ROWLOCK - loan_limits.held_amount += amount&lt;/span&gt;" vertex="1">
          <mxGeometry height="60" width="215" x="1345" y="1105" as="geometry" />
        </mxCell>
        <mxCell id="In8fDh9ZLN2M87an2Miy-184" edge="1" parent="1" source="In8fDh9ZLN2M87an2Miy-166" style="edgeStyle=orthogonalEdgeStyle;rounded=0;orthogonalLoop=1;jettySize=auto;html=1;" target="In8fDh9ZLN2M87an2Miy-183" value="">
          <mxGeometry relative="1" as="geometry" />
        </mxCell>
        <mxCell id="In8fDh9ZLN2M87an2Miy-166" parent="1" style="swimlane;fontStyle=0;childLayout=stackLayout;horizontal=1;startSize=30;horizontalStack=0;resizeParent=1;resizeParentMax=0;resizeLast=0;collapsible=1;marginBottom=0;whiteSpace=wrap;html=1;" value="Loan issued" vertex="1">
-           <mxGeometry height="150" width="210" x="2590" y="1130" as="geometry" />
+           <mxGeometry height="150" width="210" x="2590" y="1115" as="geometry" />
        </mxCell>
        <mxCell id="In8fDh9ZLN2M87an2Miy-167" parent="In8fDh9ZLN2M87an2Miy-166" style="text;strokeColor=none;fillColor=none;align=left;verticalAlign=middle;spacingLeft=4;spacingRight=4;overflow=hidden;points=[[0,0.5],[1,0.5]];portConstraint=eastwest;rotatable=0;whiteSpace=wrap;html=1;" value="loan_application = approved" vertex="1">
          <mxGeometry height="30" width="210" y="30" as="geometry" />
        </mxCell>
        <mxCell id="In8fDh9ZLN2M87an2Miy-168" parent="In8fDh9ZLN2M87an2Miy-166" style="text;strokeColor=none;fillColor=none;align=left;verticalAlign=middle;spacingLeft=4;spacingRight=4;overflow=hidden;points=[[0,0.5],[1,0.5]];portConstraint=eastwest;rotatable=0;whiteSpace=wrap;html=1;" value="create loan" vertex="1">
          <mxGeometry height="30" width="210" y="60" as="geometry" />
        </mxCell>
        <mxCell id="In8fDh9ZLN2M87an2Miy-169" parent="In8fDh9ZLN2M87an2Miy-166" style="text;strokeColor=none;fillColor=none;align=left;verticalAlign=middle;spacingLeft=4;spacingRight=4;overflow=hidden;points=[[0,0.5],[1,0.5]];portConstraint=eastwest;rotatable=0;whiteSpace=wrap;html=1;" value="release lock" vertex="1">
          <mxGeometry height="30" width="210" y="90" as="geometry" />
        </mxCell>
        <mxCell id="In8fDh9ZLN2M87an2Miy-191" parent="In8fDh9ZLN2M87an2Miy-166" style="text;strokeColor=none;fillColor=none;align=left;verticalAlign=middle;spacingLeft=4;spacingRight=4;overflow=hidden;points=[[0,0.5],[1,0.5]];portConstraint=eastwest;rotatable=0;whiteSpace=wrap;html=1;" value="processed_at = now" vertex="1">
          <mxGeometry height="30" width="210" y="120" as="geometry" />
        </mxCell>
        <mxCell id="In8fDh9ZLN2M87an2Miy-170" edge="1" parent="1" source="In8fDh9ZLN2M87an2Miy-157" style="edgeStyle=orthogonalEdgeStyle;rounded=0;orthogonalLoop=1;jettySize=auto;html=1;entryX=0.003;entryY=0.156;entryDx=0;entryDy=0;entryPerimeter=0;" target="In8fDh9ZLN2M87an2Miy-166">
          <mxGeometry relative="1" as="geometry" />
        </mxCell>
        <mxCell id="In8fDh9ZLN2M87an2Miy-174" parent="1" style="text;html=1;whiteSpace=wrap;strokeColor=none;fillColor=none;align=center;verticalAlign=middle;rounded=0;" value="&lt;div style=&quot;background-color:#ffffff;color:#080808&quot;&gt;&lt;pre style=&quot;font-family:&#39;JetBrains Mono&#39;,monospace;font-size:9.8pt;&quot;&gt;&lt;span style=&quot;color:#9e880d;&quot;&gt;@Transactional&lt;/span&gt;(propagation = &lt;span style=&quot;color:#000000;&quot;&gt;Propagation&lt;/span&gt;.&lt;span style=&quot;color:#871094;font-style:italic;&quot;&gt;REQUIRES_NEW&lt;/span&gt;)&lt;/pre&gt;&lt;/div&gt;" vertex="1">
          <mxGeometry height="30" width="240" x="1010" y="980" as="geometry" />
        </mxCell>
        <mxCell id="In8fDh9ZLN2M87an2Miy-175" parent="1" style="whiteSpace=wrap;html=1;" value="Rollback, return error" vertex="1">
          <mxGeometry height="60" width="132.5" x="1048.75" y="1352.5" as="geometry" />
        </mxCell>
        <mxCell id="In8fDh9ZLN2M87an2Miy-186" edge="1" parent="1" source="In8fDh9ZLN2M87an2Miy-183" style="edgeStyle=orthogonalEdgeStyle;rounded=0;orthogonalLoop=1;jettySize=auto;html=1;" target="In8fDh9ZLN2M87an2Miy-185" value="">
          <mxGeometry relative="1" as="geometry" />
        </mxCell>
        <mxCell id="In8fDh9ZLN2M87an2Miy-187" edge="1" parent="1" source="In8fDh9ZLN2M87an2Miy-183" style="edgeStyle=orthogonalEdgeStyle;rounded=0;orthogonalLoop=1;jettySize=auto;html=1;" target="In8fDh9ZLN2M87an2Miy-105">
          <mxGeometry relative="1" as="geometry">
            <Array as="points">
              <mxPoint x="2995" y="1427" />
            </Array>
          </mxGeometry>
        </mxCell>
        <mxCell id="In8fDh9ZLN2M87an2Miy-195" connectable="0" parent="In8fDh9ZLN2M87an2Miy-187" style="edgeLabel;html=1;align=center;verticalAlign=middle;resizable=0;points=[];" value="return warning?,&lt;br&gt;row is not scheduler&#39;s task&lt;div&gt;&lt;br&gt;&lt;/div&gt;" vertex="1">
          <mxGeometry relative="1" x="-0.5656" y="1" as="geometry">
            <mxPoint as="offset" />
          </mxGeometry>
        </mxCell>
        <mxCell id="In8fDh9ZLN2M87an2Miy-183" parent="1" style="rhombus;whiteSpace=wrap;html=1;fontStyle=0;startSize=30;horizontal=1;" value="db transaction success?" vertex="1">
          <mxGeometry height="135" width="130" x="2930" y="1122.5" as="geometry" />
        </mxCell>
        <mxCell id="In8fDh9ZLN2M87an2Miy-185" parent="1" style="whiteSpace=wrap;html=1;fontStyle=0;startSize=30;horizontal=1;" value="return success to client" vertex="1">
          <mxGeometry height="60" width="120" x="3145" y="1160" as="geometry" />
        </mxCell>
        <mxCell id="In8fDh9ZLN2M87an2Miy-189" parent="1" style="text;html=1;whiteSpace=wrap;strokeColor=none;fillColor=none;align=center;verticalAlign=middle;rounded=0;fontSize=26;" value="&lt;div style=&quot;background-color:#ffffff;color:#080808&quot;&gt;&lt;pre style=&quot;font-family: &amp;quot;JetBrains Mono&amp;quot;, monospace;&quot;&gt;&lt;span style=&quot;color:#9e880d;&quot;&gt;@Transactional&lt;/span&gt;(propagation = &lt;span style=&quot;color:#000000;&quot;&gt;Propagation&lt;/span&gt;.&lt;span style=&quot;color:#871094;font-style:italic;&quot;&gt;REQUIRES_NEW&lt;/span&gt;)&lt;/pre&gt;&lt;/div&gt;" vertex="1">
          <mxGeometry height="30" width="240" x="4918.87" y="1265" as="geometry" />
        </mxCell>
        <mxCell id="In8fDh9ZLN2M87an2Miy-198" parent="1" style="text;html=1;whiteSpace=wrap;strokeColor=none;fillColor=none;align=center;verticalAlign=middle;rounded=0;fontSize=32;" value="BNPL request flow" vertex="1">
          <mxGeometry height="30" width="470" x="-80" y="2930" as="geometry" />
        </mxCell>
        <mxCell id="In8fDh9ZLN2M87an2Miy-199" edge="1" parent="1" source="In8fDh9ZLN2M87an2Miy-200" style="edgeStyle=orthogonalEdgeStyle;rounded=0;orthogonalLoop=1;jettySize=auto;html=1;" target="In8fDh9ZLN2M87an2Miy-202" value="">
          <mxGeometry relative="1" as="geometry" />
        </mxCell>
        <mxCell id="In8fDh9ZLN2M87an2Miy-200" parent="1" style="shape=umlActor;verticalLabelPosition=bottom;verticalAlign=top;html=1;outlineConnect=0;" value="Actor" vertex="1">
          <mxGeometry height="60" width="30" x="20" y="3135" as="geometry" />
        </mxCell>
        <mxCell id="In8fDh9ZLN2M87an2Miy-201" edge="1" parent="1" source="In8fDh9ZLN2M87an2Miy-202" style="edgeStyle=orthogonalEdgeStyle;rounded=0;orthogonalLoop=1;jettySize=auto;html=1;entryX=0.011;entryY=0.06;entryDx=0;entryDy=0;entryPerimeter=0;" target="In8fDh9ZLN2M87an2Miy-209" value="">
          <mxGeometry relative="1" as="geometry">
            <mxPoint x="440" y="3165" as="targetPoint" />
          </mxGeometry>
        </mxCell>
        <mxCell id="In8fDh9ZLN2M87an2Miy-202" parent="1" style="whiteSpace=wrap;html=1;verticalAlign=top;" value="&lt;div&gt;&lt;br&gt;&lt;/div&gt;&lt;div&gt;One tap loan&lt;/div&gt;" vertex="1">
          <mxGeometry height="60" width="120" x="230" y="3135" as="geometry" />
        </mxCell>
        <mxCell id="In8fDh9ZLN2M87an2Miy-203" edge="1" parent="1" source="In8fDh9ZLN2M87an2Miy-205" style="edgeStyle=orthogonalEdgeStyle;rounded=0;orthogonalLoop=1;jettySize=auto;html=1;" target="In8fDh9ZLN2M87an2Miy-206" value="">
          <mxGeometry relative="1" as="geometry" />
        </mxCell>
        <mxCell id="In8fDh9ZLN2M87an2Miy-204" connectable="0" parent="In8fDh9ZLN2M87an2Miy-203" style="edgeLabel;html=1;align=center;verticalAlign=middle;resizable=0;points=[];" value="0" vertex="1">
          <mxGeometry relative="1" x="-0.2091" y="-1" as="geometry">
            <mxPoint as="offset" />
          </mxGeometry>
        </mxCell>
        <mxCell id="In8fDh9ZLN2M87an2Miy-213" edge="1" parent="1" source="In8fDh9ZLN2M87an2Miy-205" style="edgeStyle=orthogonalEdgeStyle;rounded=0;orthogonalLoop=1;jettySize=auto;html=1;" target="In8fDh9ZLN2M87an2Miy-212" value="">
          <mxGeometry relative="1" as="geometry" />
        </mxCell>
        <mxCell id="In8fDh9ZLN2M87an2Miy-205" parent="1" style="rhombus;whiteSpace=wrap;html=1;verticalAlign=top;" value="&lt;br&gt;&lt;br&gt;&lt;div&gt;&lt;br&gt;&lt;/div&gt;&lt;div&gt;Loan validation&lt;br&gt;success&lt;/div&gt;" vertex="1">
          <mxGeometry height="120" width="140" x="720" y="3105" as="geometry" />
        </mxCell>
        <mxCell id="In8fDh9ZLN2M87an2Miy-206" parent="1" style="whiteSpace=wrap;html=1;verticalAlign=middle;" value="Return err message" vertex="1">
          <mxGeometry height="60" width="120" x="730" y="3305" as="geometry" />
        </mxCell>
        <mxCell id="In8fDh9ZLN2M87an2Miy-207" edge="1" parent="1" source="In8fDh9ZLN2M87an2Miy-208" style="edgeStyle=orthogonalEdgeStyle;rounded=0;orthogonalLoop=1;jettySize=auto;html=1;entryX=0;entryY=0.5;entryDx=0;entryDy=0;" target="In8fDh9ZLN2M87an2Miy-205">
          <mxGeometry relative="1" as="geometry" />
        </mxCell>
        <mxCell id="In8fDh9ZLN2M87an2Miy-208" parent="1" style="swimlane;fontStyle=0;childLayout=stackLayout;horizontal=1;startSize=30;horizontalStack=0;resizeParent=1;resizeParentMax=0;resizeLast=0;collapsible=1;marginBottom=0;whiteSpace=wrap;html=1;" value="Validations" vertex="1">
          <mxGeometry height="120" width="140" x="460" y="3135" as="geometry" />
        </mxCell>
        <mxCell id="In8fDh9ZLN2M87an2Miy-209" parent="In8fDh9ZLN2M87an2Miy-208" style="text;strokeColor=none;fillColor=none;align=left;verticalAlign=middle;spacingLeft=4;spacingRight=4;overflow=hidden;points=[[0,0.5],[1,0.5]];portConstraint=eastwest;rotatable=0;whiteSpace=wrap;html=1;" value="user status" vertex="1">
          <mxGeometry height="30" width="140" y="30" as="geometry" />
        </mxCell>
        <mxCell id="In8fDh9ZLN2M87an2Miy-210" parent="In8fDh9ZLN2M87an2Miy-208" style="text;strokeColor=none;fillColor=none;align=left;verticalAlign=middle;spacingLeft=4;spacingRight=4;overflow=hidden;points=[[0,0.5],[1,0.5]];portConstraint=eastwest;rotatable=0;whiteSpace=wrap;html=1;" value="kyc status" vertex="1">
          <mxGeometry height="30" width="140" y="60" as="geometry" />
        </mxCell>
        <mxCell id="In8fDh9ZLN2M87an2Miy-211" parent="In8fDh9ZLN2M87an2Miy-208" style="text;strokeColor=none;fillColor=none;align=left;verticalAlign=middle;spacingLeft=4;spacingRight=4;overflow=hidden;points=[[0,0.5],[1,0.5]];portConstraint=eastwest;rotatable=0;whiteSpace=wrap;html=1;" value="loan limit status" vertex="1">
          <mxGeometry height="30" width="140" y="90" as="geometry" />
        </mxCell>
        <mxCell id="In8fDh9ZLN2M87an2Miy-212" parent="1" style="whiteSpace=wrap;html=1;verticalAlign=middle;" value="Same as one-tap ??" vertex="1">
          <mxGeometry height="60" width="120" x="950" y="3135" as="geometry" />
        </mxCell>
        <mxCell id="In8fDh9ZLN2M87an2Miy-218" edge="1" parent="1" source="In8fDh9ZLN2M87an2Miy-214" style="edgeStyle=orthogonalEdgeStyle;rounded=0;orthogonalLoop=1;jettySize=auto;html=1;entryX=0;entryY=0.5;entryDx=0;entryDy=0;" target="In8fDh9ZLN2M87an2Miy-134">
          <mxGeometry relative="1" as="geometry">
            <Array as="points">
              <mxPoint x="4860" y="2630" />
            </Array>
          </mxGeometry>
        </mxCell>
        <mxCell id="In8fDh9ZLN2M87an2Miy-221" edge="1" parent="1" source="In8fDh9ZLN2M87an2Miy-214" style="edgeStyle=orthogonalEdgeStyle;rounded=0;orthogonalLoop=1;jettySize=auto;html=1;entryX=0;entryY=0.5;entryDx=0;entryDy=0;" target="In8fDh9ZLN2M87an2Miy-149">
          <mxGeometry relative="1" as="geometry">
            <Array as="points">
              <mxPoint x="4303" y="2680" />
            </Array>
          </mxGeometry>
        </mxCell>
        <mxCell id="In8fDh9ZLN2M87an2Miy-214" parent="1" style="rhombus;whiteSpace=wrap;html=1;" value="200" vertex="1">
          <mxGeometry height="80" width="80" x="4262.62" y="2590" as="geometry" />
        </mxCell>
        <mxCell id="In8fDh9ZLN2M87an2Miy-223" edge="1" parent="1" source="In8fDh9ZLN2M87an2Miy-222" style="edgeStyle=orthogonalEdgeStyle;rounded=0;orthogonalLoop=1;jettySize=auto;html=1;" target="In8fDh9ZLN2M87an2Miy-134">
          <mxGeometry relative="1" as="geometry" />
        </mxCell>
        <mxCell id="In8fDh9ZLN2M87an2Miy-226" edge="1" parent="1" source="In8fDh9ZLN2M87an2Miy-222" style="edgeStyle=orthogonalEdgeStyle;rounded=0;orthogonalLoop=1;jettySize=auto;html=1;" target="In8fDh9ZLN2M87an2Miy-225" value="">
          <mxGeometry relative="1" as="geometry" />
        </mxCell>
        <mxCell id="In8fDh9ZLN2M87an2Miy-222" parent="1" style="rhombus;whiteSpace=wrap;html=1;" value="loan -&amp;gt; casa &lt;br&gt;amount match" vertex="1">
          <mxGeometry height="156.25" width="155" x="4561.37" y="2201.88" as="geometry" />
        </mxCell>
        <mxCell id="In8fDh9ZLN2M87an2Miy-225" parent="1" style="whiteSpace=wrap;html=1;" value="status = manual_review??" vertex="1">
          <mxGeometry height="60" width="120" x="4578.87" y="2429.995" as="geometry" />
        </mxCell>
        <mxCell id="In8fDh9ZLN2M87an2Miy-234" edge="1" parent="1" source="In8fDh9ZLN2M87an2Miy-228" style="edgeStyle=orthogonalEdgeStyle;rounded=0;orthogonalLoop=1;jettySize=auto;html=1;" target="In8fDh9ZLN2M87an2Miy-233" value="">
          <mxGeometry relative="1" as="geometry" />
        </mxCell>
        <mxCell id="In8fDh9ZLN2M87an2Miy-245" edge="1" parent="1" source="In8fDh9ZLN2M87an2Miy-228" style="edgeStyle=orthogonalEdgeStyle;rounded=0;orthogonalLoop=1;jettySize=auto;html=1;entryX=0;entryY=0.5;entryDx=0;entryDy=0;" target="In8fDh9ZLN2M87an2Miy-161">
          <mxGeometry relative="1" as="geometry" />
        </mxCell>
        <mxCell id="In8fDh9ZLN2M87an2Miy-228" parent="1" style="rhombus;whiteSpace=wrap;html=1;" value="Polaris&lt;br&gt;/line/&lt;span style=&quot;color: rgb(33, 33, 33); font-family: Inter, system-ui, -apple-system, &amp;quot;system-ui&amp;quot;, &amp;quot;Segoe UI&amp;quot;, Roboto, Oxygen, Ubuntu, Cantarell, &amp;quot;Fira Sans&amp;quot;, &amp;quot;Droid Sans&amp;quot;, Helvetica, Arial, sans-serif; text-align: left; white-space: pre-wrap; background-color: rgb(255, 255, 255);&quot;&gt;getAccountDetail&lt;/span&gt;&lt;br&gt;200" vertex="1">
          <mxGeometry height="225" width="260" x="190" y="1020" as="geometry" />
        </mxCell>
        <mxCell id="In8fDh9ZLN2M87an2Miy-236" edge="1" parent="1" source="In8fDh9ZLN2M87an2Miy-233" style="edgeStyle=orthogonalEdgeStyle;rounded=0;orthogonalLoop=1;jettySize=auto;html=1;" target="In8fDh9ZLN2M87an2Miy-235" value="">
          <mxGeometry relative="1" as="geometry" />
        </mxCell>
        <mxCell id="In8fDh9ZLN2M87an2Miy-242" edge="1" parent="1" source="In8fDh9ZLN2M87an2Miy-233" style="edgeStyle=orthogonalEdgeStyle;rounded=0;orthogonalLoop=1;jettySize=auto;html=1;entryX=0;entryY=0.5;entryDx=0;entryDy=0;" target="In8fDh9ZLN2M87an2Miy-241" value="">
          <mxGeometry relative="1" as="geometry">
            <mxPoint x="390" y="1372.5" as="targetPoint" />
          </mxGeometry>
        </mxCell>
        <mxCell id="In8fDh9ZLN2M87an2Miy-233" parent="1" style="rhombus;whiteSpace=wrap;html=1;" value="501" vertex="1">
          <mxGeometry height="80" width="80" x="280" y="1332.5" as="geometry" />
        </mxCell>
        <mxCell id="In8fDh9ZLN2M87an2Miy-238" edge="1" parent="1" source="In8fDh9ZLN2M87an2Miy-235" style="edgeStyle=orthogonalEdgeStyle;rounded=0;orthogonalLoop=1;jettySize=auto;html=1;entryX=0;entryY=0.5;entryDx=0;entryDy=0;" target="In8fDh9ZLN2M87an2Miy-237" value="">
          <mxGeometry relative="1" as="geometry">
            <mxPoint x="460" y="1555" as="targetPoint" />
          </mxGeometry>
        </mxCell>
        <mxCell id="In8fDh9ZLN2M87an2Miy-240" edge="1" parent="1" source="In8fDh9ZLN2M87an2Miy-235" style="edgeStyle=orthogonalEdgeStyle;rounded=0;orthogonalLoop=1;jettySize=auto;html=1;" target="In8fDh9ZLN2M87an2Miy-239" value="">
          <mxGeometry relative="1" as="geometry" />
        </mxCell>
        <mxCell id="In8fDh9ZLN2M87an2Miy-235" parent="1" style="rhombus;whiteSpace=wrap;html=1;" value="timeout, http err" vertex="1">
          <mxGeometry height="125" width="120" x="260" y="1492.5" as="geometry" />
        </mxCell>
        <mxCell id="In8fDh9ZLN2M87an2Miy-237" parent="1" style="whiteSpace=wrap;html=1;" value="return err msg&lt;br&gt;try again" vertex="1">
          <mxGeometry height="60" width="120" x="480" y="1525" as="geometry" />
        </mxCell>
        <mxCell id="In8fDh9ZLN2M87an2Miy-239" parent="1" style="whiteSpace=wrap;html=1;" value="return err msg&lt;br&gt;try again?" vertex="1">
          <mxGeometry height="60" width="120" x="260" y="1730" as="geometry" />
        </mxCell>
        <mxCell id="In8fDh9ZLN2M87an2Miy-241" parent="1" style="whiteSpace=wrap;html=1;" value="return err msg" vertex="1">
          <mxGeometry height="60" width="120" x="460" y="1345" as="geometry" />
        </mxCell>
      </root>
    </mxGraphModel>
  </diagram>
</mxfile>
